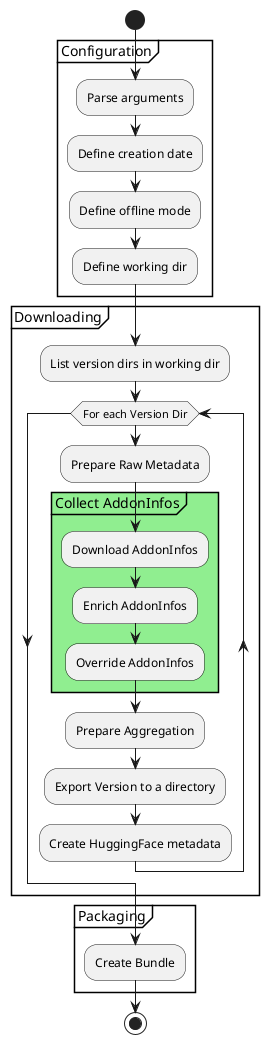
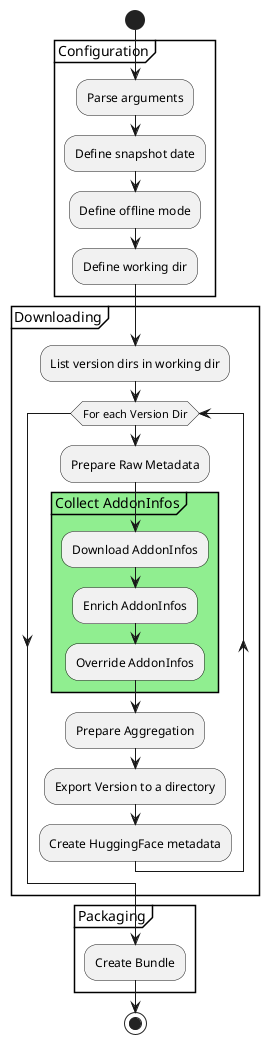
@startuml
'https://plantuml.com/activity-diagram-beta

start

group Configuration {
    :Parse arguments;
-     :Define creation date;
+     :Define snapshot date;
    :Define offline mode;
    :Define working dir;
}

group Downloading {
    :List version dirs in working dir;
    while (For each Version Dir)
        :Prepare Raw Metadata;
        group Collect AddonInfos #lightgreen {
            :Download AddonInfos;
            :Enrich AddonInfos;
            :Override AddonInfos;
        }
        :Prepare Aggregation;
        :Export Version to a directory;
        :Create HuggingFace metadata;
    endwhile
}

group Packaging {
    :Create Bundle;
}

stop

@enduml
